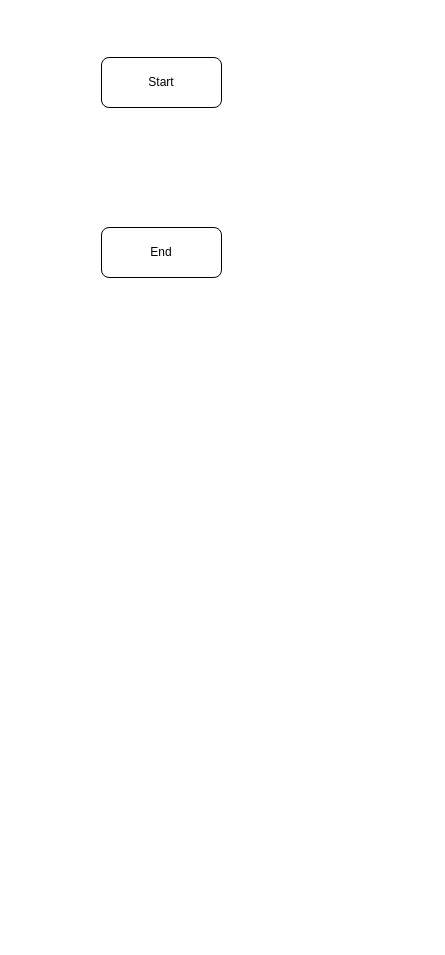
Before: DrawioDiagram3SimbAlgo.drawio in DenWeeney/3SimbAlgo, a draw.io diagram. Source tidied: cells renumbered, new cells numbered last; positions are measured from the earlier drawing's top-left corner, leaving out a move shared by most shapes. Both pictures are drawn from the tidied source at 100%, with x=0, y=0 at pixel (101, 57).
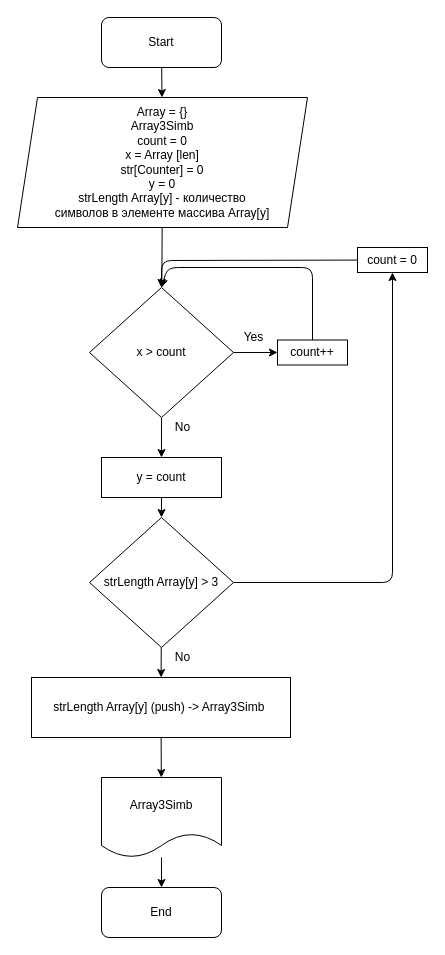
The same diagram, later.

Diff of the diagram source:
```diff
@@
+    <mxCell id="4" style="edgeStyle=none;html=1;" parent="1" edge="1" source="2" target="8">
+      <mxGeometry relative="1" as="geometry" />
+    </mxCell>
     <mxCell id="2" value="Start" style="rounded=1;whiteSpace=wrap;html=1;" parent="1" vertex="1">
-      <mxGeometry width="120" height="50" as="geometry" />
+      <mxGeometry y="-40" width="120" height="50" as="geometry" />
     </mxCell>
     <mxCell id="3" value="End" style="rounded=1;whiteSpace=wrap;html=1;" parent="1" vertex="1">
-      <mxGeometry y="170" width="120" height="50" as="geometry" />
+      <mxGeometry y="830" width="120" height="50" as="geometry" />
     </mxCell>
+    <mxCell id="5" style="edgeStyle=none;html=1;" parent="1" edge="1" source="6" target="3">
+      <mxGeometry relative="1" as="geometry" />
+    </mxCell>
+    <mxCell id="6" value="Array3Simb" style="shape=document;whiteSpace=wrap;html=1;boundedLbl=1;" parent="1" vertex="1">
+      <mxGeometry y="720" width="120" height="80" as="geometry" />
+    </mxCell>
+    <mxCell id="7" style="edgeStyle=none;html=1;" parent="1" edge="1" source="8" target="11">
+      <mxGeometry relative="1" as="geometry" />
+    </mxCell>
+    <mxCell id="8" value="Array = {}&lt;br&gt;Array3Simb&lt;br&gt;count = 0&lt;br&gt;x = Array [len]&lt;br&gt;str[Counter] = 0&lt;br&gt;y = 0&lt;br&gt;strLength Array[y]&amp;nbsp;- количество &lt;br&gt;символов в элементе массива Array[y]" style="shape=parallelogram;perimeter=parallelogramPerimeter;whiteSpace=wrap;html=1;fixedSize=1;" parent="1" vertex="1">
+      <mxGeometry x="-84" y="40" width="290" height="130" as="geometry" />
+    </mxCell>
+    <mxCell id="9" style="edgeStyle=none;html=1;" parent="1" edge="1" source="11" target="13">
+      <mxGeometry relative="1" as="geometry" />
+    </mxCell>
+    <mxCell id="10" style="edgeStyle=none;html=1;" parent="1" edge="1" source="11" target="22">
+      <mxGeometry relative="1" as="geometry" />
+    </mxCell>
+    <mxCell id="11" value="x &amp;gt; count" style="rhombus;whiteSpace=wrap;html=1;" parent="1" vertex="1">
+      <mxGeometry x="-12" y="230" width="144" height="130" as="geometry" />
+    </mxCell>
+    <mxCell id="12" style="edgeStyle=none;html=1;entryX=0.5;entryY=0;entryDx=0;entryDy=0;" parent="1" edge="1" source="13" target="11">
+      <mxGeometry relative="1" as="geometry">
+        <Array as="points">
+          <mxPoint x="211" y="210" />
+          <mxPoint x="66" y="210" />
+        </Array>
+      </mxGeometry>
+    </mxCell>
+    <mxCell id="13" value="count++" style="rounded=0;whiteSpace=wrap;html=1;" parent="1" vertex="1">
+      <mxGeometry x="176" y="282.5" width="70" height="25" as="geometry" />
+    </mxCell>
+    <mxCell id="14" style="edgeStyle=none;html=1;entryX=0.5;entryY=0;entryDx=0;entryDy=0;" parent="1" edge="1" source="15" target="11">
+      <mxGeometry relative="1" as="geometry">
+        <Array as="points">
+          <mxPoint x="60" y="203" />
+        </Array>
+      </mxGeometry>
+    </mxCell>
+    <mxCell id="15" value="count = 0" style="rounded=0;whiteSpace=wrap;html=1;" parent="1" vertex="1">
+      <mxGeometry x="256" y="190" width="70" height="25" as="geometry" />
+    </mxCell>
+    <mxCell id="16" style="edgeStyle=none;html=1;" parent="1" edge="1" source="18" target="24">
+      <mxGeometry relative="1" as="geometry" />
+    </mxCell>
+    <mxCell id="17" style="edgeStyle=none;html=1;entryX=0.5;entryY=1;entryDx=0;entryDy=0;" parent="1" edge="1" source="18" target="15">
+      <mxGeometry relative="1" as="geometry">
+        <Array as="points">
+          <mxPoint x="291" y="525" />
+        </Array>
+      </mxGeometry>
+    </mxCell>
+    <mxCell id="18" value="strLength Array[y] &amp;gt; 3" style="rhombus;whiteSpace=wrap;html=1;" parent="1" vertex="1">
+      <mxGeometry x="-12" y="460" width="144" height="130" as="geometry" />
+    </mxCell>
+    <mxCell id="19" value="Yes" style="text;html=1;align=center;verticalAlign=middle;strokeColor=none;fillColor=none;" parent="1" vertex="1">
+      <mxGeometry x="132" y="270" width="40" height="20" as="geometry" />
+    </mxCell>
+    <mxCell id="20" value="No" style="text;html=1;align=center;verticalAlign=middle;strokeColor=none;fillColor=none;" parent="1" vertex="1">
+      <mxGeometry x="66" y="360" width="30" height="20" as="geometry" />
+    </mxCell>
+    <mxCell id="21" style="edgeStyle=none;html=1;" parent="1" edge="1" source="22" target="18">
+      <mxGeometry relative="1" as="geometry" />
+    </mxCell>
+    <mxCell id="22" value="y = count&lt;br&gt;" style="rounded=0;whiteSpace=wrap;html=1;" parent="1" vertex="1">
+      <mxGeometry y="400" width="120" height="40" as="geometry" />
+    </mxCell>
+    <mxCell id="23" style="edgeStyle=none;html=1;" parent="1" edge="1" source="24" target="6">
+      <mxGeometry relative="1" as="geometry" />
+    </mxCell>
+    <mxCell id="24" value="strLength Array[y] (push) -&amp;gt; Array3Simb&amp;nbsp;" style="rounded=0;whiteSpace=wrap;html=1;" parent="1" vertex="1">
+      <mxGeometry x="-70" y="620" width="259" height="60" as="geometry" />
+    </mxCell>
+    <mxCell id="25" value="No" style="text;html=1;align=center;verticalAlign=middle;strokeColor=none;fillColor=none;" parent="1" vertex="1">
+      <mxGeometry x="66" y="590" width="30" height="20" as="geometry" />
+    </mxCell>
```
